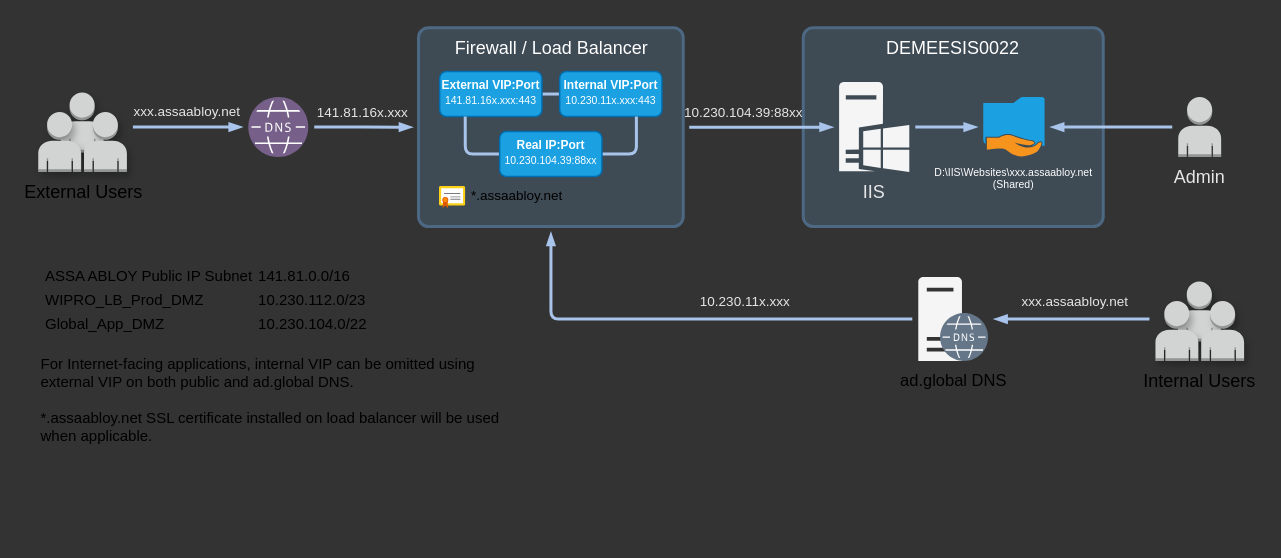
Above: page "1.0_Model" (1 of 5) of draw.io/Web Hotel.drawio in changbowen/Misc (draw.io), before the change. Source tidied: cells renumbered, new cells numbered last; positions are measured from the earlier drawing's top-left corner, leaving out a move shared by most shapes. Both pictures are drawn from the tidied source at 150%, with x=0, y=0 at pixel (38, 27).
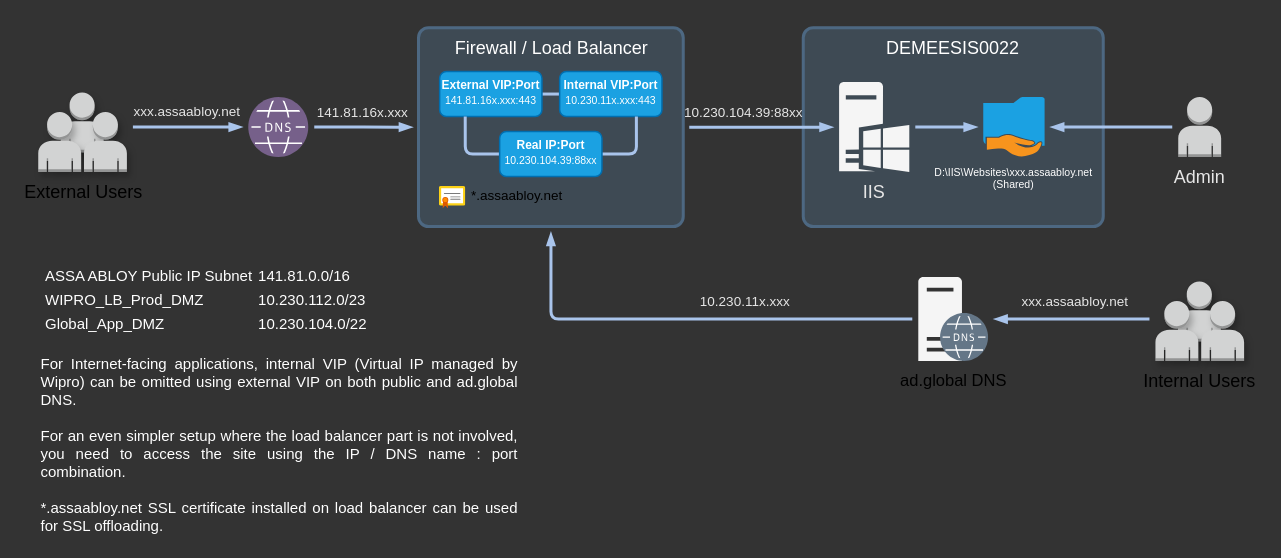
Above is the later version.

The edit, as a diff of the source:
```diff
@@
-    <mxCell id="37" value="&lt;table&gt;&lt;tbody&gt;&lt;tr&gt;&lt;td&gt;ASSA ABLOY Public IP Subnet&lt;br&gt;&lt;/td&gt;&lt;td&gt;141.81.0.0/16&lt;br&gt;&lt;/td&gt;&lt;/tr&gt;&lt;tr&gt;&lt;td&gt;WIPRO_LB_Prod_DMZ&lt;br&gt;&lt;/td&gt;&lt;td&gt;10.230.112.0/23&lt;br&gt;&lt;/td&gt;&lt;/tr&gt;&lt;tr&gt;&lt;td&gt;Global_App_DMZ&lt;/td&gt;&lt;td&gt;10.230.104.0/22&lt;/td&gt;&lt;/tr&gt;&lt;/tbody&gt;&lt;/table&gt;&lt;br&gt;For Internet-facing applications, internal VIP can be omitted using external VIP on both public and ad.global DNS.&lt;br&gt;&lt;br&gt;*.assaabloy.net SSL certificate installed on load balancer will be used when applicable." style="text;html=1;strokeColor=none;fillColor=none;align=left;verticalAlign=top;whiteSpace=wrap;rounded=0;fontSize=10;fontFamily=Saira Semi Condensed;FType=g;" parent="1" vertex="1">
-      <mxGeometry y="150" width="310" height="150" as="geometry" />
+    <mxCell id="37" value="&lt;table&gt;&lt;tbody&gt;&lt;tr&gt;&lt;td&gt;ASSA ABLOY Public IP Subnet&lt;br&gt;&lt;/td&gt;&lt;td&gt;141.81.0.0/16&lt;br&gt;&lt;/td&gt;&lt;/tr&gt;&lt;tr&gt;&lt;td&gt;WIPRO_LB_Prod_DMZ&lt;br&gt;&lt;/td&gt;&lt;td&gt;10.230.112.0/23&lt;br&gt;&lt;/td&gt;&lt;/tr&gt;&lt;tr&gt;&lt;td&gt;Global_App_DMZ&lt;/td&gt;&lt;td&gt;10.230.104.0/22&lt;/td&gt;&lt;/tr&gt;&lt;/tbody&gt;&lt;/table&gt;&lt;div style=&quot;text-align: justify&quot;&gt;&lt;br&gt;&lt;/div&gt;&lt;div style=&quot;text-align: justify&quot;&gt;&lt;span&gt;For Internet-facing applications, internal VIP (Virtual IP managed by Wipro) can be omitted using external VIP on both public and ad.global DNS.&lt;/span&gt;&lt;/div&gt;&lt;div style=&quot;text-align: justify&quot;&gt;&lt;br&gt;&lt;/div&gt;&lt;div style=&quot;text-align: justify&quot;&gt;&lt;span&gt;For an even simpler setup where the load balancer part is not involved, you need to access the site using the IP / DNS name : port combination.&lt;/span&gt;&lt;/div&gt;&lt;div style=&quot;text-align: justify&quot;&gt;&lt;br&gt;&lt;/div&gt;&lt;div style=&quot;text-align: justify&quot;&gt;&lt;span&gt;*.assaabloy.net SSL certificate installed on load balancer can be used for SSL offloading.&lt;/span&gt;&lt;/div&gt;" style="text;html=1;strokeColor=none;fillColor=none;align=left;verticalAlign=top;whiteSpace=wrap;rounded=0;fontSize=10;fontFamily=Saira Semi Condensed;FType=g;fontColor=#FFFFFF;" parent="1" vertex="1">
+      <mxGeometry y="150" width="320" height="170" as="geometry" />
     </mxCell>
```
